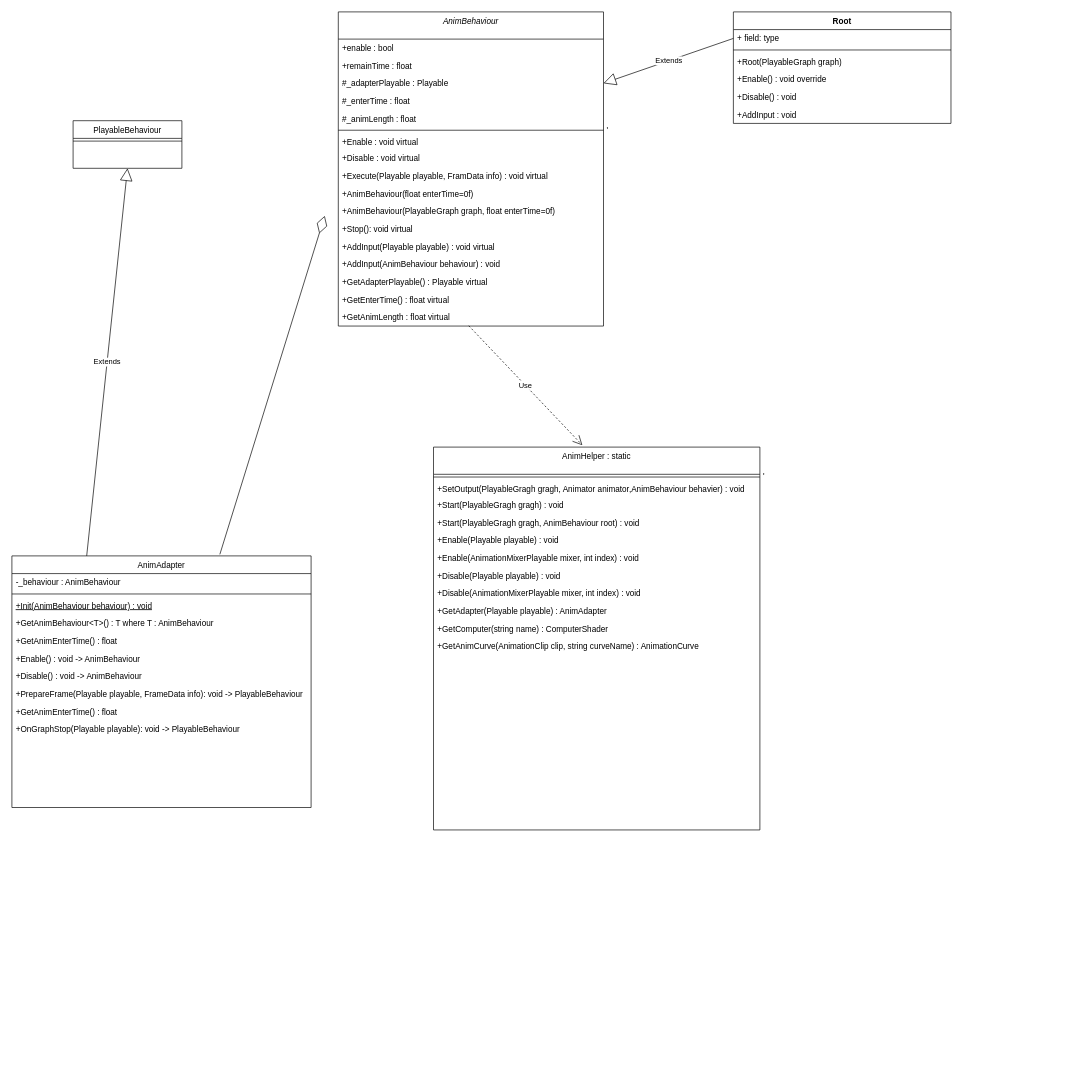
Before: animation.drawio in QAQSly/QAQSly, a draw.io diagram. Source tidied: cells renumbered, new cells numbered last; positions are measured from the earlier drawing's top-left corner, leaving out a move shared by most shapes. Both pictures are drawn from the tidied source at 68%, with x=0, y=0 at pixel (12, 12).
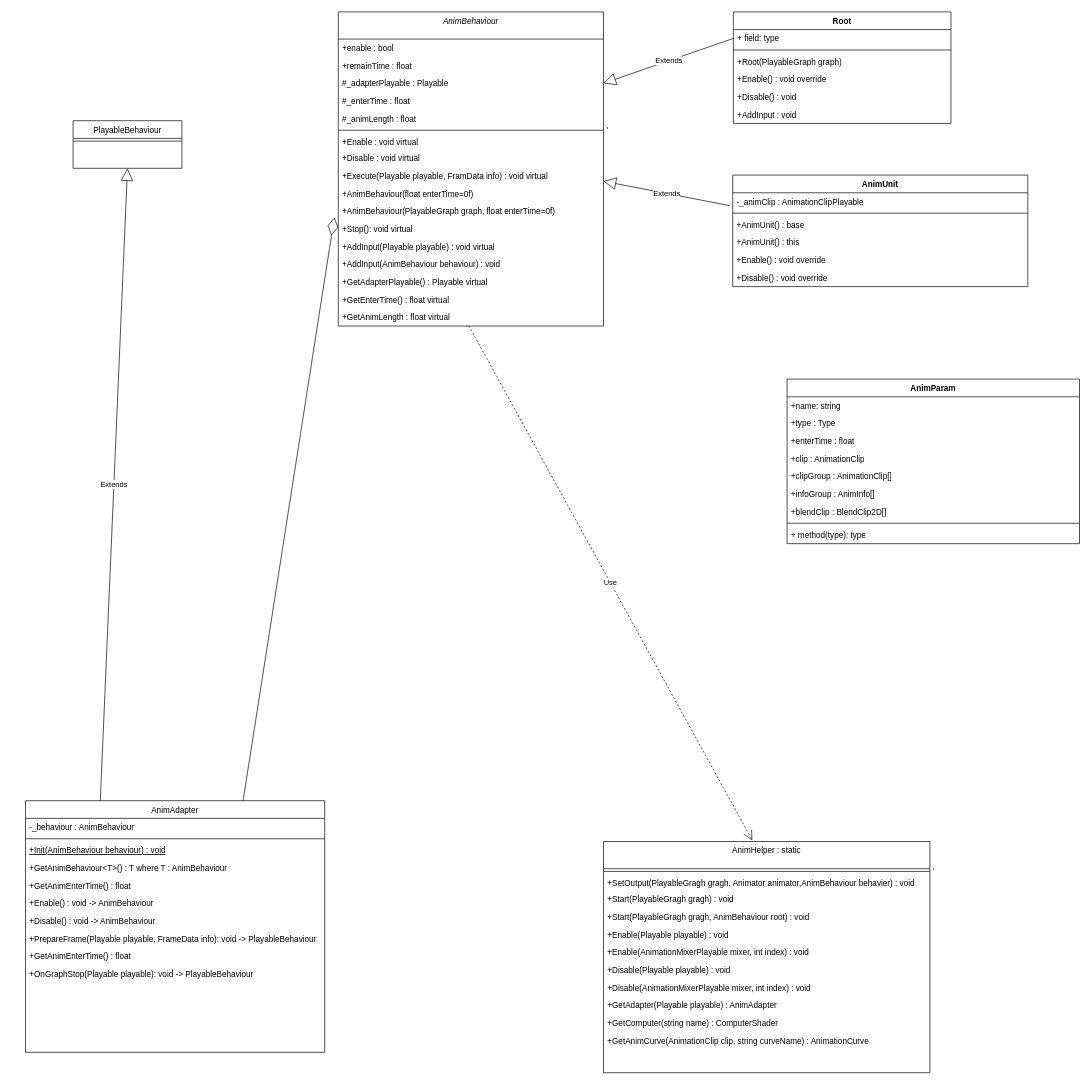
After the change.

What changed in the source:
```diff
@@
     <mxCell id="20" value="AnimAdapter" style="swimlane;fontStyle=0;align=center;verticalAlign=top;horizontal=1;startSize=26;rounded=0;shadow=0;strokeWidth=1;" parent="1" vertex="1">
-      <mxGeometry y="800" width="440" height="370" as="geometry" />
+      <mxGeometry x="20" y="1160" width="440" height="370" as="geometry" />
     </mxCell>
@@
-    <mxCell id="34" style="endArrow=diamondThin;endFill=0;endSize=24;html=1;rounded=0;exitX=0.695;exitY=-0.006;exitDx=0;exitDy=0;exitPerimeter=0;" parent="1" edge="1" source="20">
+    <mxCell id="34" style="endArrow=diamondThin;endFill=0;endSize=24;html=1;rounded=0;exitX=0.695;exitY=-0.006;exitDx=0;exitDy=0;exitPerimeter=0;" parent="1" edge="1">
       <mxGeometry relative="1" as="geometry">
-        <mxPoint x="460" y="300" as="targetPoint" />
+        <mxPoint x="340" y="1160" as="sourcePoint" />
+        <mxPoint x="474.2" y="302.2" as="targetPoint" />
       </mxGeometry>
     </mxCell>
     <mxCell id="35" value="AnimHelper : static" style="swimlane;fontStyle=0;align=center;verticalAlign=top;horizontal=1;startSize=40;rounded=0;shadow=0;strokeWidth=1;" parent="1" vertex="1">
-      <mxGeometry x="620" y="640" width="480" height="563" as="geometry" />
+      <mxGeometry x="870" y="1220" width="480" height="340" as="geometry" />
     </mxCell>
@@
+    <mxCell id="56" value="AnimUnit" style="swimlane;fontStyle=1;align=center;verticalAlign=top;horizontal=1;startSize=26;whiteSpace=wrap;html=1;" parent="1" vertex="1">
+      <mxGeometry x="1060" y="240" width="434" height="164" as="geometry" />
+    </mxCell>
+    <mxCell id="57" value="-_animClip : AnimationClipPlayable" style="text;strokeColor=none;fillColor=none;align=left;verticalAlign=top;spacingLeft=4;spacingRight=4;overflow=hidden;whiteSpace=wrap;html=1;" parent="56" vertex="1">
+      <mxGeometry y="26" width="434" height="26" as="geometry" />
+    </mxCell>
+    <mxCell id="58" style="line;strokeWidth=1;fillColor=none;align=left;verticalAlign=middle;spacingTop=-1;spacingLeft=3;spacingRight=3;labelPosition=right;strokeColor=inherit;" parent="56" vertex="1">
+      <mxGeometry y="52" width="434" height="8" as="geometry" />
+    </mxCell>
+    <mxCell id="59" value="+AnimUnit() : base" style="text;strokeColor=none;fillColor=none;align=left;verticalAlign=top;spacingLeft=4;spacingRight=4;overflow=hidden;whiteSpace=wrap;html=1;" parent="56" vertex="1">
+      <mxGeometry y="60" width="434" height="26" as="geometry" />
+    </mxCell>
+    <mxCell id="60" value="+AnimUnit() : this" style="text;strokeColor=none;fillColor=none;align=left;verticalAlign=top;spacingLeft=4;spacingRight=4;overflow=hidden;whiteSpace=wrap;html=1;" parent="56" vertex="1">
+      <mxGeometry y="86" width="434" height="26" as="geometry" />
+    </mxCell>
+    <mxCell id="61" value="+Enable() : void override" style="text;strokeColor=none;fillColor=none;align=left;verticalAlign=top;spacingLeft=4;spacingRight=4;overflow=hidden;whiteSpace=wrap;html=1;" parent="56" vertex="1">
+      <mxGeometry y="112" width="434" height="26" as="geometry" />
+    </mxCell>
+    <mxCell id="62" value="+Disable() : void override" style="text;strokeColor=none;fillColor=none;align=left;verticalAlign=top;spacingLeft=4;spacingRight=4;overflow=hidden;whiteSpace=wrap;html=1;" parent="56" vertex="1">
+      <mxGeometry y="138" width="434" height="26" as="geometry" />
+    </mxCell>
+    <mxCell id="63" value="Extends" style="endArrow=block;endSize=16;endFill=0;html=1;rounded=0;entryX=1;entryY=0.5;entryDx=0;entryDy=0;exitX=0;exitY=0.5;exitDx=0;exitDy=0;" parent="1" edge="1">
+      <mxGeometry relative="1" as="geometry">
+        <mxPoint x="1056" y="285" as="sourcePoint" />
+        <mxPoint x="870" y="249" as="targetPoint" />
+      </mxGeometry>
+    </mxCell>
+    <mxCell id="64" value="AnimParam" style="swimlane;fontStyle=1;align=center;verticalAlign=top;horizontal=1;startSize=26;whiteSpace=wrap;html=1;" parent="1" vertex="1">
+      <mxGeometry x="1140" y="540" width="430" height="242" as="geometry" />
+    </mxCell>
+    <mxCell id="65" value="+name: string" style="text;strokeColor=none;fillColor=none;align=left;verticalAlign=top;spacingLeft=4;spacingRight=4;overflow=hidden;whiteSpace=wrap;html=1;" parent="64" vertex="1">
+      <mxGeometry y="26" width="430" height="26" as="geometry" />
+    </mxCell>
+    <mxCell id="66" value="+type : Type" style="text;strokeColor=none;fillColor=none;align=left;verticalAlign=top;spacingLeft=4;spacingRight=4;overflow=hidden;whiteSpace=wrap;html=1;" parent="64" vertex="1">
+      <mxGeometry y="52" width="430" height="26" as="geometry" />
+    </mxCell>
+    <mxCell id="67" value="+enterTime : float" style="text;strokeColor=none;fillColor=none;align=left;verticalAlign=top;spacingLeft=4;spacingRight=4;overflow=hidden;whiteSpace=wrap;html=1;" parent="64" vertex="1">
+      <mxGeometry y="78" width="430" height="26" as="geometry" />
+    </mxCell>
+    <mxCell id="68" value="+clip : AnimationClip" style="text;strokeColor=none;fillColor=none;align=left;verticalAlign=top;spacingLeft=4;spacingRight=4;overflow=hidden;whiteSpace=wrap;html=1;" parent="64" vertex="1">
+      <mxGeometry y="104" width="430" height="26" as="geometry" />
+    </mxCell>
+    <mxCell id="69" value="+clipGroup : AnimationClip[]" style="text;strokeColor=none;fillColor=none;align=left;verticalAlign=top;spacingLeft=4;spacingRight=4;overflow=hidden;whiteSpace=wrap;html=1;" parent="64" vertex="1">
+      <mxGeometry y="130" width="430" height="26" as="geometry" />
+    </mxCell>
+    <mxCell id="70" value="+infoGroup : AnimInfo[]" style="text;strokeColor=none;fillColor=none;align=left;verticalAlign=top;spacingLeft=4;spacingRight=4;overflow=hidden;whiteSpace=wrap;html=1;" parent="64" vertex="1">
+      <mxGeometry y="156" width="430" height="26" as="geometry" />
+    </mxCell>
+    <mxCell id="71" value="+blendClip : BlendClip2D[]" style="text;strokeColor=none;fillColor=none;align=left;verticalAlign=top;spacingLeft=4;spacingRight=4;overflow=hidden;whiteSpace=wrap;html=1;" parent="64" vertex="1">
+      <mxGeometry y="182" width="430" height="26" as="geometry" />
+    </mxCell>
+    <mxCell id="72" style="line;strokeWidth=1;fillColor=none;align=left;verticalAlign=middle;spacingTop=-1;spacingLeft=3;spacingRight=3;labelPosition=right;strokeColor=inherit;" parent="64" vertex="1">
+      <mxGeometry y="208" width="430" height="8" as="geometry" />
+    </mxCell>
+    <mxCell id="73" value="+ method(type): type" style="text;strokeColor=none;fillColor=none;align=left;verticalAlign=top;spacingLeft=4;spacingRight=4;overflow=hidden;whiteSpace=wrap;html=1;" parent="64" vertex="1">
+      <mxGeometry y="216" width="430" height="26" as="geometry" />
+    </mxCell>
```
